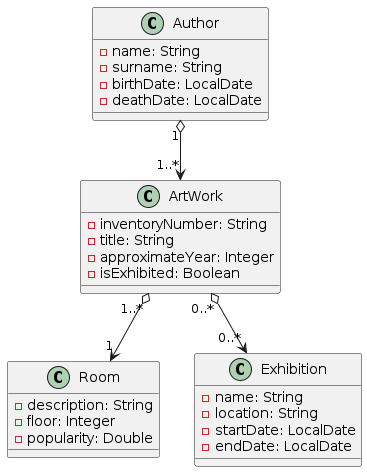
This is docs/museum.models.png from wzzzzwwzw/apaw-practice, a PlantUML export, as it was before one commit. Its diagram source:
```plantuml
@startuml Museum

class ArtWork {
    - inventoryNumber: String
    - title: String
    - approximateYear: Integer
    - isExhibited: Boolean
}

class Author {
    - name: String
    - surname: String
    - birthDate: LocalDate
    - deathDate: LocalDate
}

class Room {
    - description: String
    - floor: Integer
    - popularity: Double
}

class Exhibition {
    - name: String
    - location: String
    - startDate: LocalDate
    - endDate: LocalDate
}


Author "1" o--> "1..*" ArtWork
ArtWork "1..*" o--> "1" Room
ArtWork "0..*" o--> "0..*" Exhibition

@enduml
```
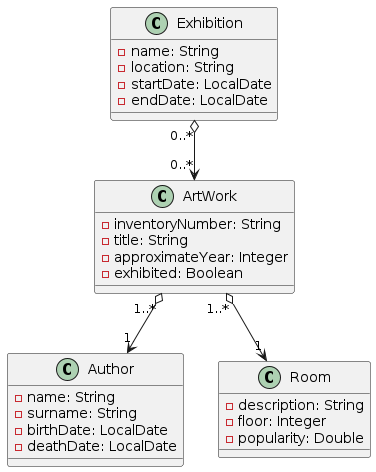
Later version of the same file.

Commit message:
Updates Museum class diagram #458

The edit, as a diff of the source:
```diff
@@ -4,7 +4,7 @@
     - inventoryNumber: String
     - title: String
     - approximateYear: Integer
-    - isExhibited: Boolean
+    - exhibited: Boolean
 }
 
 class Author {
@@ -28,8 +28,8 @@
 }
 
 
-Author "1" o--> "1..*" ArtWork
+ArtWork "1..*" o--> "1" Author
 ArtWork "1..*" o--> "1" Room
-ArtWork "0..*" o--> "0..*" Exhibition
+Exhibition "0..*" o--> "0..*" ArtWork
 
 @enduml
```
